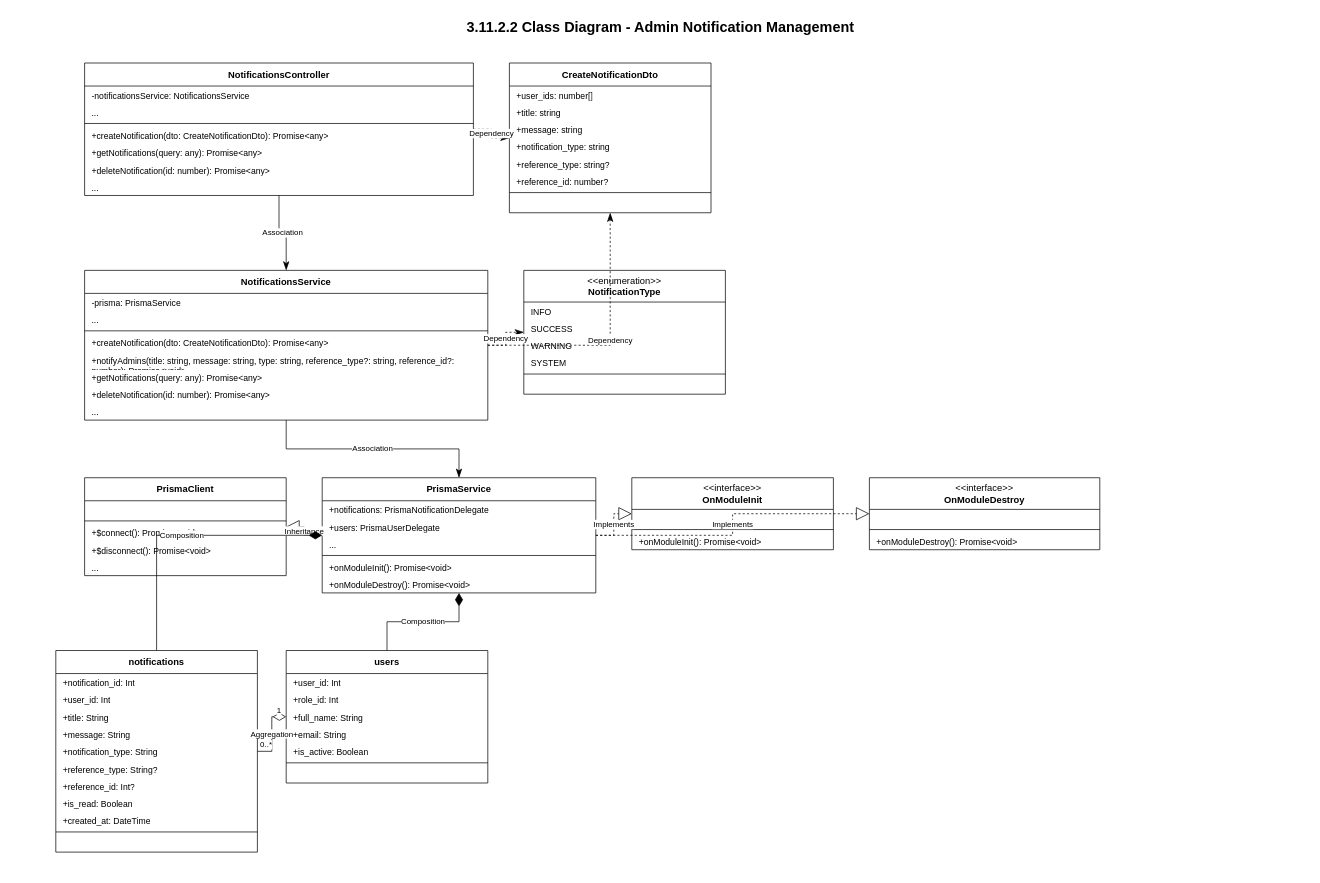
Earlier version of the draw.io diagram page "Admin Notification Management" (3 of 3) of notifications_all_class_diagrams.drawio (CuongBC195/class-diagram-donation-blood). Source tidied: cells renumbered, new cells numbered last; positions are measured from the earlier drawing's top-left corner, leaving out a move shared by most shapes. Both pictures are drawn from the tidied source at 72%, with x=0, y=0 at pixel (12, 12).
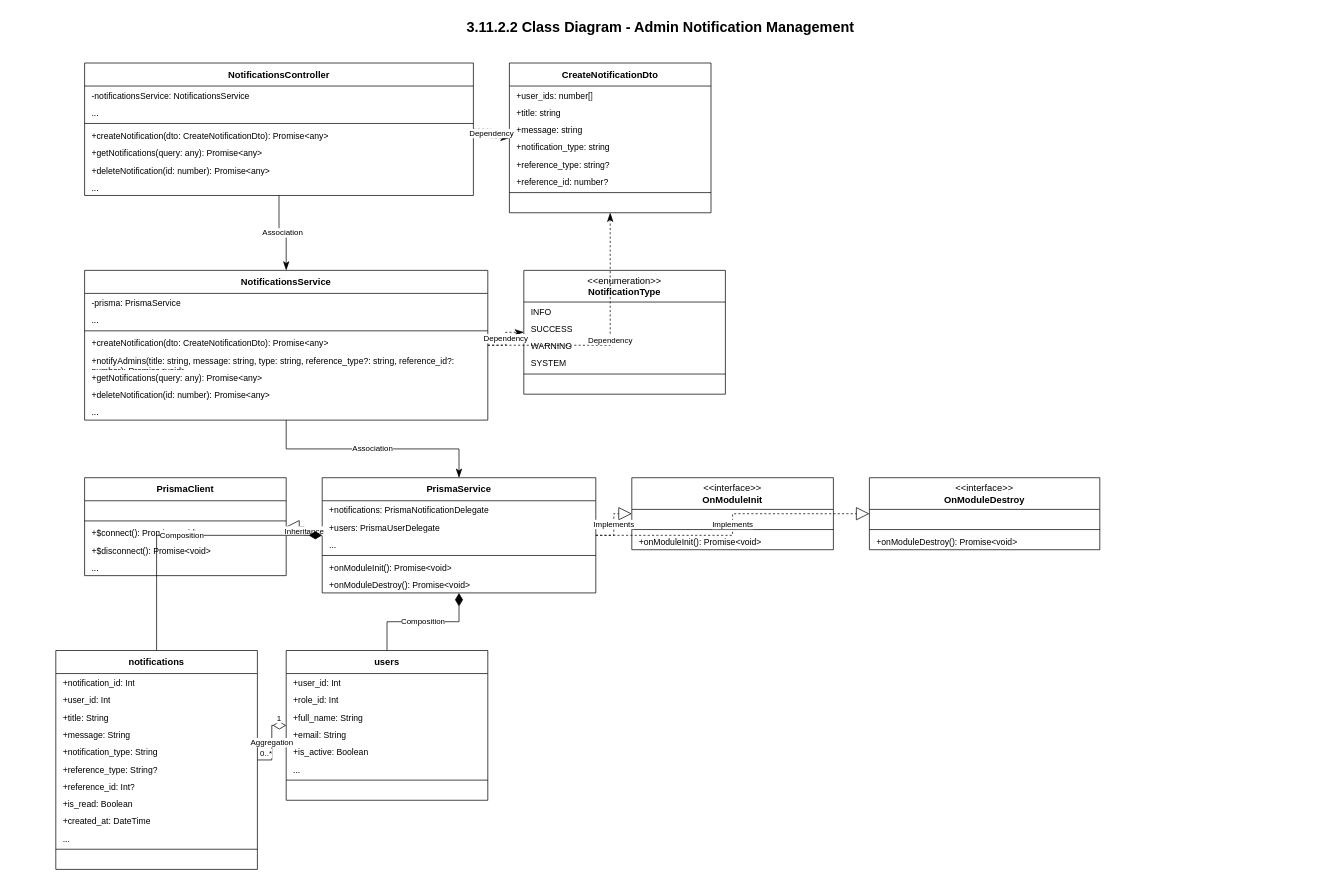
Above is the later version.

Change to the diagram source:
```diff
@@
     <mxCell id="57" value="&lt;b&gt;notifications&lt;/b&gt;" style="swimlane;fontStyle=0;horizontal=1;startSize=32;whiteSpace=wrap;html=1;fillColor=#ffffff;strokeColor=#000000;swimlaneFillColor=#ffffff;fontColor=#000000;fontFamily=Arial;fontSize=13;" parent="1" vertex="1">
-      <mxGeometry x="60" y="886" width="280" height="280" as="geometry" />
+      <mxGeometry x="60" y="886" width="280" height="304" as="geometry" />
     </mxCell>
@@
+    <mxCell id="90" value="..." style="text;strokeColor=none;fillColor=none;align=left;verticalAlign=top;spacingLeft=8;spacingRight=8;overflow=hidden;whiteSpace=wrap;html=1;fontFamily=Arial;fontSize=12;fontColor=#000000;" parent="57" vertex="1">
+      <mxGeometry y="248" width="280" height="24" as="geometry" />
+    </mxCell>
     <mxCell id="67" style="line;strokeWidth=1;fillColor=none;strokeColor=#000000;align=left;verticalAlign=middle;" parent="57" vertex="1">
-      <mxGeometry y="248" width="280" height="8" as="geometry" />
+      <mxGeometry y="272" width="280" height="8" as="geometry" />
     </mxCell>
     <mxCell id="68" value=" " style="text;strokeColor=none;fillColor=none;align=left;verticalAlign=top;spacingLeft=8;spacingRight=8;overflow=hidden;whiteSpace=wrap;html=1;fontFamily=Arial;fontSize=12;fontColor=#000000;" parent="57" vertex="1">
-      <mxGeometry y="256" width="280" height="24" as="geometry" />
+      <mxGeometry y="280" width="280" height="24" as="geometry" />
     </mxCell>
     <mxCell id="69" value="&lt;b&gt;users&lt;/b&gt;" style="swimlane;fontStyle=0;horizontal=1;startSize=32;whiteSpace=wrap;html=1;fillColor=#ffffff;strokeColor=#000000;swimlaneFillColor=#ffffff;fontColor=#000000;fontFamily=Arial;fontSize=13;" parent="1" vertex="1">
-      <mxGeometry x="380" y="886" width="280" height="184" as="geometry" />
+      <mxGeometry x="380" y="886" width="280" height="208" as="geometry" />
     </mxCell>
@@
+    <mxCell id="91" value="..." style="text;strokeColor=none;fillColor=none;align=left;verticalAlign=top;spacingLeft=8;spacingRight=8;overflow=hidden;whiteSpace=wrap;html=1;fontFamily=Arial;fontSize=12;fontColor=#000000;" parent="69" vertex="1">
+      <mxGeometry y="152" width="280" height="24" as="geometry" />
+    </mxCell>
     <mxCell id="75" style="line;strokeWidth=1;fillColor=none;strokeColor=#000000;align=left;verticalAlign=middle;" parent="69" vertex="1">
-      <mxGeometry y="152" width="280" height="8" as="geometry" />
+      <mxGeometry y="176" width="280" height="8" as="geometry" />
     </mxCell>
     <mxCell id="76" value=" " style="text;strokeColor=none;fillColor=none;align=left;verticalAlign=top;spacingLeft=8;spacingRight=8;overflow=hidden;whiteSpace=wrap;html=1;fontFamily=Arial;fontSize=12;fontColor=#000000;" parent="69" vertex="1">
-      <mxGeometry y="160" width="280" height="24" as="geometry" />
+      <mxGeometry y="184" width="280" height="24" as="geometry" />
     </mxCell>
```
